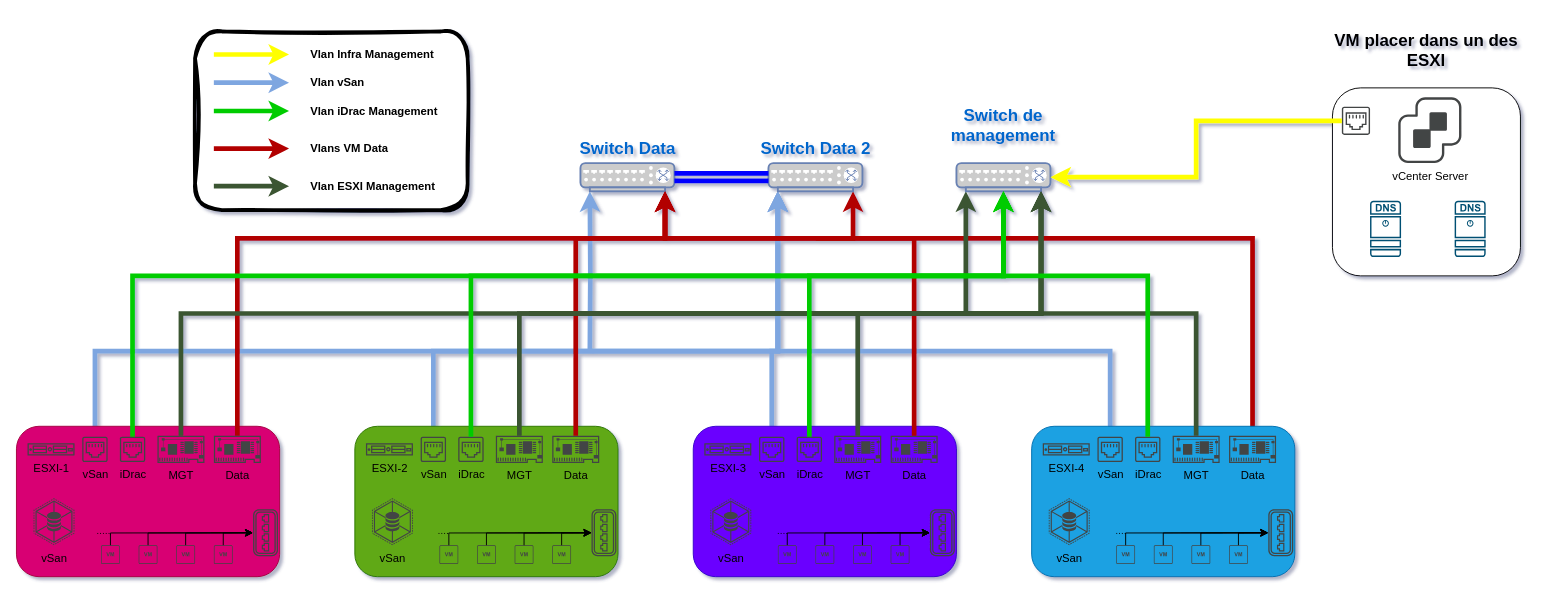
This is Mission/VMware vxRail Plan/Plan logique vxRail.drawio from Vinc1347900/Stage_Henallux, a draw.io file, before an edit. Source tidied: cells renumbered, new cells numbered last; positions are measured from the earlier drawing's top-left corner, leaving out a move shared by most shapes. Both pictures are drawn from the tidied source at 94%, with x=0, y=0 at pixel (16, 31).
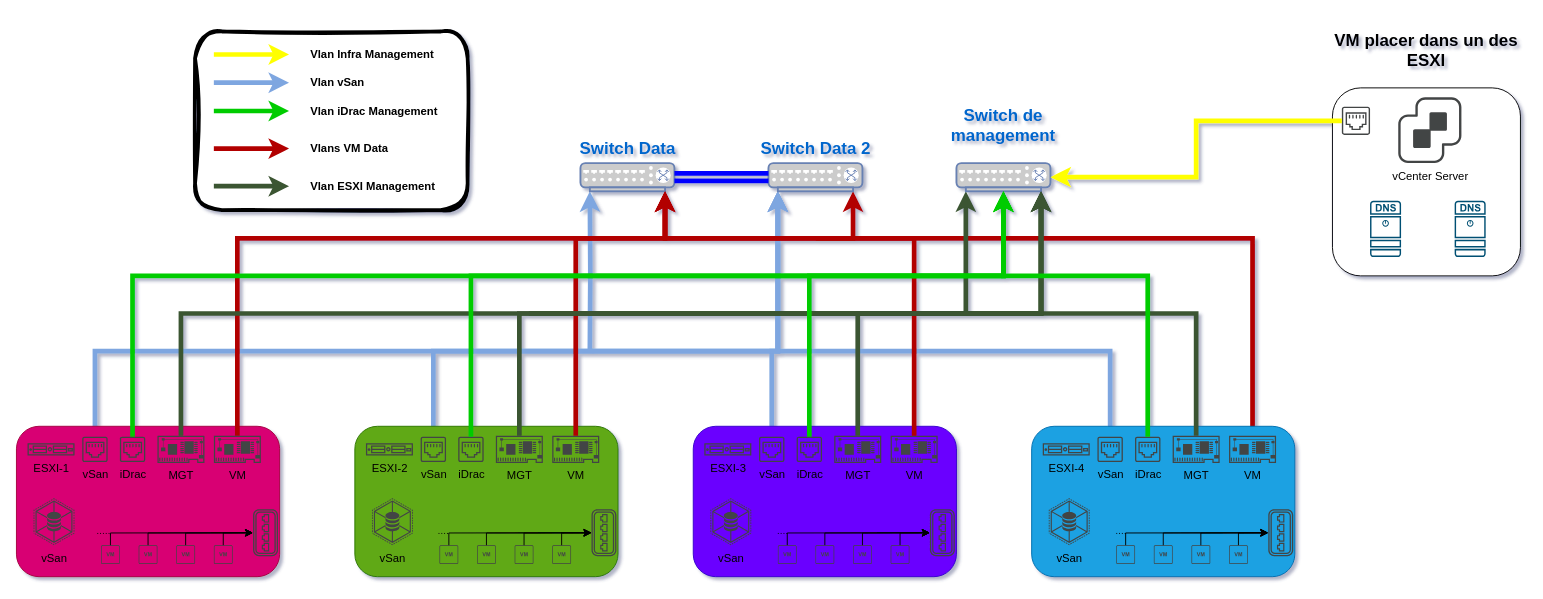
The same page after the edit.

The edit, as a diff of the source:
```diff
@@
-    <mxCell id="25" value="Data" style="sketch=0;shadow=0;dashed=0;html=1;strokeColor=none;fillColor=#434445;labelPosition=center;verticalLabelPosition=bottom;verticalAlign=top;align=center;outlineConnect=0;shape=mxgraph.vvd.physical_network_adapter;" parent="1" vertex="1">
+    <mxCell id="25" value="VM" style="sketch=0;shadow=0;dashed=0;html=1;strokeColor=none;fillColor=#434445;labelPosition=center;verticalLabelPosition=bottom;verticalAlign=top;align=center;outlineConnect=0;shape=mxgraph.vvd.physical_network_adapter;" parent="1" vertex="1">
       <mxGeometry x="210" y="430" width="50" height="29" as="geometry" />
     </mxCell>
@@
-    <mxCell id="41" value="Data" style="sketch=0;shadow=0;dashed=0;html=1;strokeColor=none;fillColor=#434445;labelPosition=center;verticalLabelPosition=bottom;verticalAlign=top;align=center;outlineConnect=0;shape=mxgraph.vvd.physical_network_adapter;" parent="1" vertex="1">
+    <mxCell id="41" value="VM" style="sketch=0;shadow=0;dashed=0;html=1;strokeColor=none;fillColor=#434445;labelPosition=center;verticalLabelPosition=bottom;verticalAlign=top;align=center;outlineConnect=0;shape=mxgraph.vvd.physical_network_adapter;" parent="1" vertex="1">
       <mxGeometry x="570" y="430" width="50" height="29" as="geometry" />
     </mxCell>
@@
-    <mxCell id="56" value="Data" style="sketch=0;shadow=0;dashed=0;html=1;strokeColor=none;fillColor=#434445;labelPosition=center;verticalLabelPosition=bottom;verticalAlign=top;align=center;outlineConnect=0;shape=mxgraph.vvd.physical_network_adapter;" parent="1" vertex="1">
+    <mxCell id="56" value="VM" style="sketch=0;shadow=0;dashed=0;html=1;strokeColor=none;fillColor=#434445;labelPosition=center;verticalLabelPosition=bottom;verticalAlign=top;align=center;outlineConnect=0;shape=mxgraph.vvd.physical_network_adapter;" parent="1" vertex="1">
       <mxGeometry x="930" y="430" width="50" height="29" as="geometry" />
     </mxCell>
@@
-    <mxCell id="71" value="Data" style="sketch=0;shadow=0;dashed=0;html=1;strokeColor=none;fillColor=#434445;labelPosition=center;verticalLabelPosition=bottom;verticalAlign=top;align=center;outlineConnect=0;shape=mxgraph.vvd.physical_network_adapter;" parent="1" vertex="1">
+    <mxCell id="71" value="VM" style="sketch=0;shadow=0;dashed=0;html=1;strokeColor=none;fillColor=#434445;labelPosition=center;verticalLabelPosition=bottom;verticalAlign=top;align=center;outlineConnect=0;shape=mxgraph.vvd.physical_network_adapter;" parent="1" vertex="1">
       <mxGeometry x="1290" y="430" width="50" height="29" as="geometry" />
     </mxCell>
```
